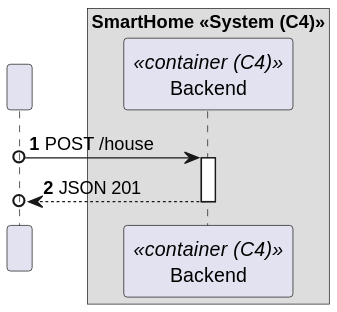
Before: docs/C4_4plus1_models/Level2/ProcessView/ProcessViewLevel2_UC01_v1.svg, a diagram exported from PlantUML (moutajDev/smarthome).
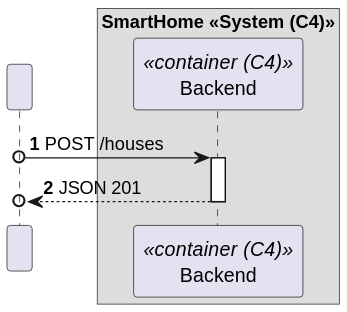
The same diagram one commit later.

The edit, as a diff of the source:
```diff
@@ -11,7 +11,7 @@
 
 end box
 
-HTTP o-> BE : POST /house
+HTTP o-> BE : POST /houses
 activate BE
 BE -->o HTTP : JSON 201
 deactivate BE
```
